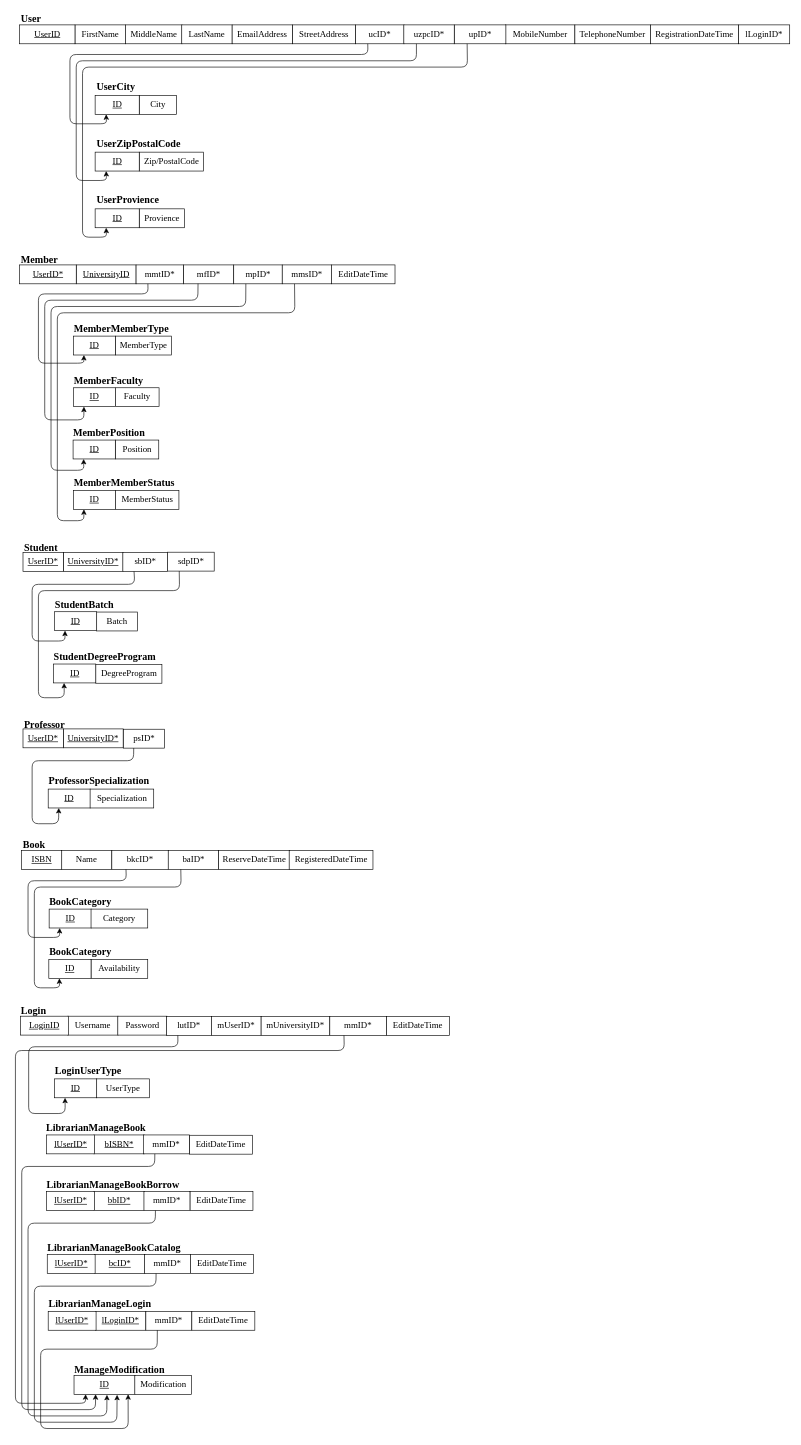
Before: Documentation/Database/3.RelationalSchema_SecondNormalization/lsulibraryDB_RelationalSchema_2NF.drawio in hvlhasanka/Pearson_HND_Computing_Y1S2-Unit10_Web_Design_and_Development, a draw.io diagram. Source tidied: cells renumbered, new cells numbered last; positions are measured from the earlier drawing's top-left corner, leaving out a move shared by most shapes. Both pictures are drawn from the tidied source at 63%, with x=0, y=0 at pixel (15, 11).
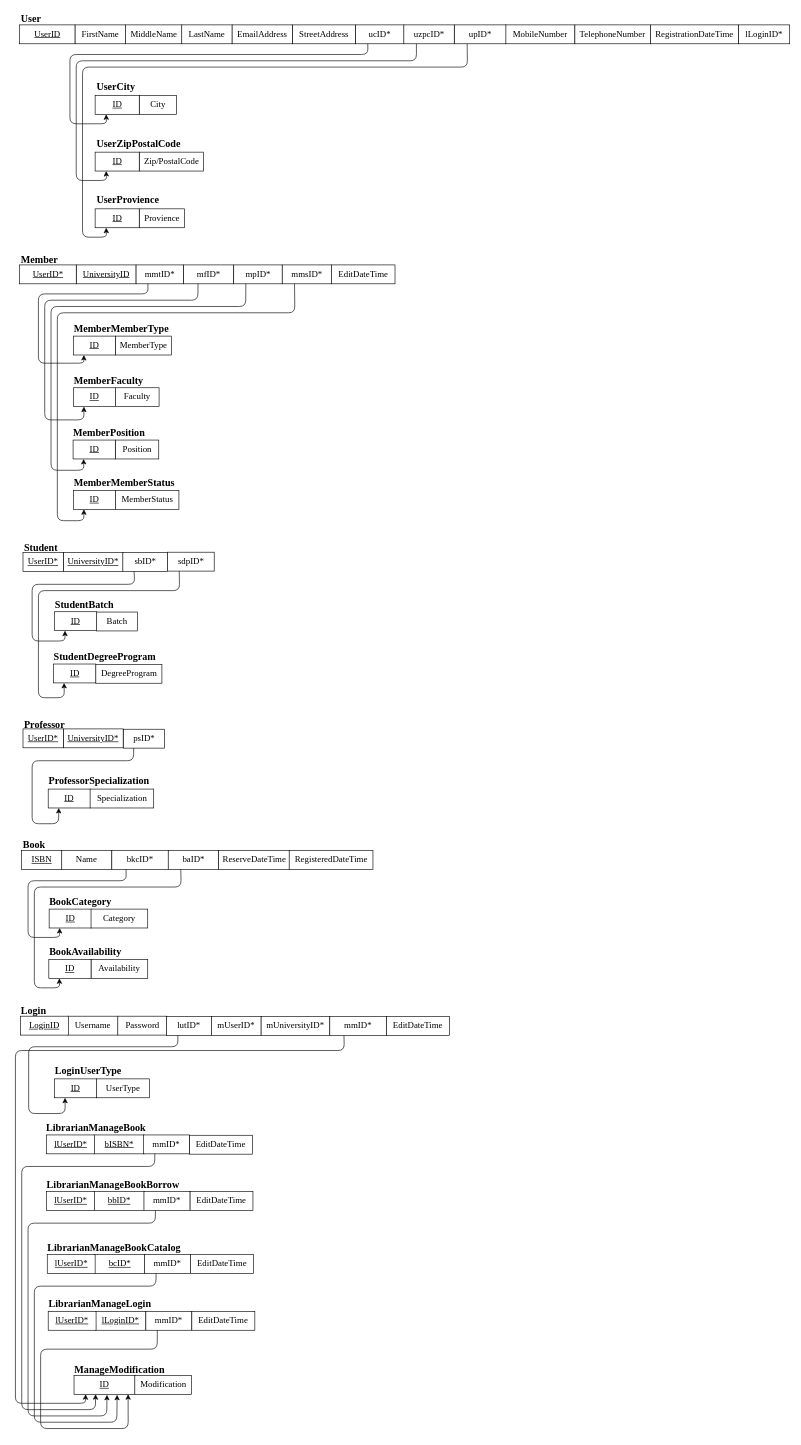
The same page after the edit.

What changed in the source:
```diff
@@
-    <mxCell id="122" value="&lt;font face=&quot;Times New Roman&quot;&gt;BookCategory&lt;/font&gt;" style="text;html=1;align=left;verticalAlign=top;spacingTop=-4;fontSize=16;fontStyle=1;" parent="1" vertex="1">
-      <mxGeometry x="51.5" y="1480.5" width="110" height="20" as="geometry" />
+    <mxCell id="122" value="&lt;font face=&quot;Times New Roman&quot;&gt;BookAvailability&lt;/font&gt;" style="text;html=1;align=left;verticalAlign=top;spacingTop=-4;fontSize=16;fontStyle=1;" parent="1" vertex="1">
+      <mxGeometry x="51.5" y="1480.5" width="130" height="20" as="geometry" />
     </mxCell>
```
